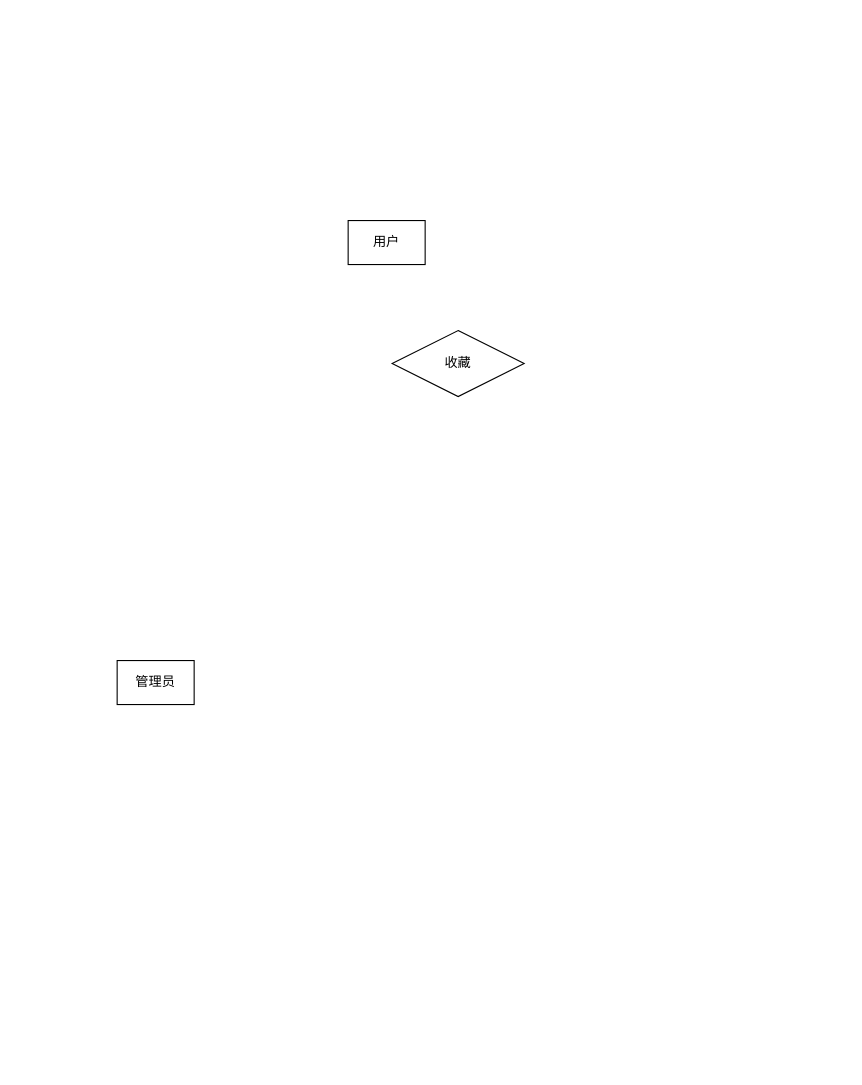
Above: 数据库ER图.drawio in 6Yolo6/GraduationDesign (draw.io), before the change. Source tidied: cells renumbered, new cells numbered last; positions are measured from the earlier drawing's top-left corner, leaving out a move shared by most shapes. Both pictures are drawn from the tidied source at 110%, with x=0, y=0 at pixel (117, 220).
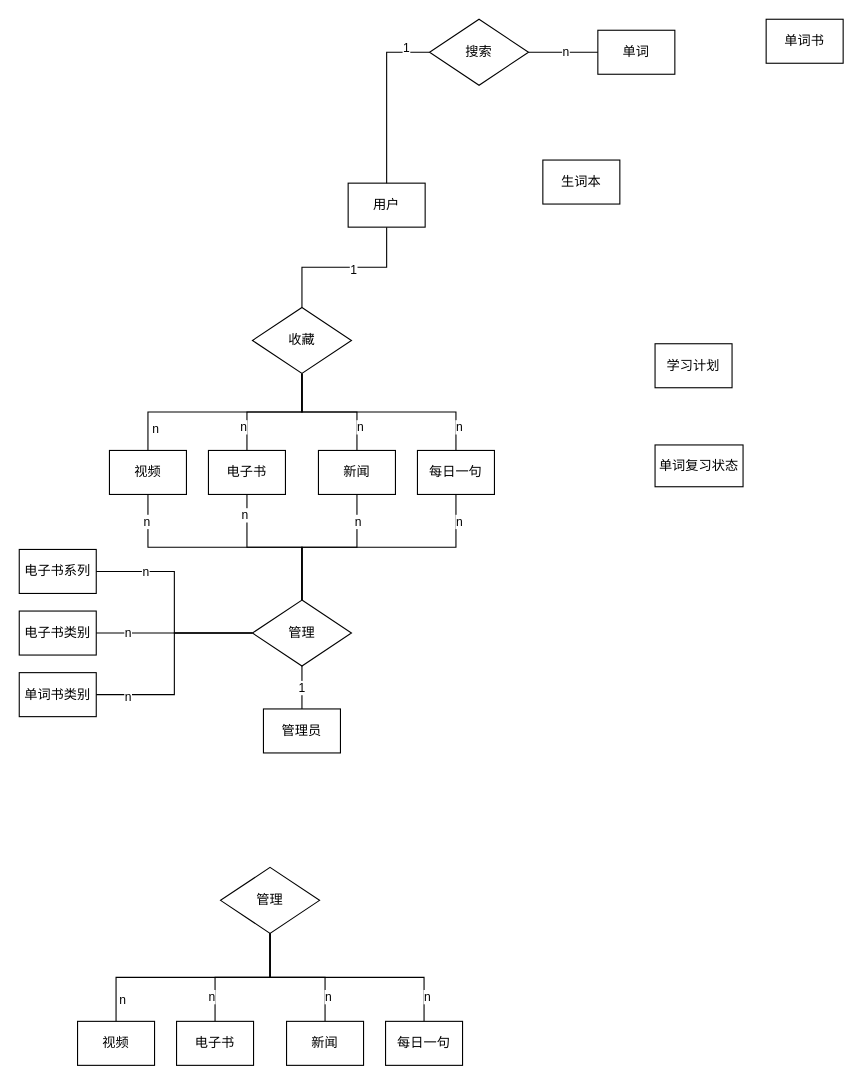
After the change.

Commit message:
更新数据库ER图.drawio

Change to the diagram source:
```diff
@@
+    <mxCell id="5" style="edgeStyle=orthogonalEdgeStyle;rounded=0;jettySize=auto;html=1;exitX=0.5;exitY=1;exitDx=0;exitDy=0;entryX=0.5;entryY=0;entryDx=0;entryDy=0;endArrow=none;endFill=0;" parent="1" edge="1" source="2" target="17">
+      <mxGeometry relative="1" as="geometry" />
+    </mxCell>
+    <mxCell id="6" value="n" style="edgeLabel;html=1;align=center;verticalAlign=middle;" parent="5" vertex="1">
+      <mxGeometry x="0.37" y="1" relative="1" as="geometry">
+        <mxPoint x="-25" y="14" as="offset" />
+      </mxGeometry>
+    </mxCell>
+    <mxCell id="7" style="edgeStyle=orthogonalEdgeStyle;rounded=0;jettySize=auto;html=1;exitX=0.5;exitY=1;exitDx=0;exitDy=0;entryX=0.5;entryY=0;entryDx=0;entryDy=0;endArrow=none;endFill=0;" parent="1" edge="1" source="2" target="18">
+      <mxGeometry relative="1" as="geometry" />
+    </mxCell>
+    <mxCell id="8" value="n" style="edgeLabel;html=1;align=center;verticalAlign=middle;" parent="7" vertex="1">
+      <mxGeometry x="0.64" y="-4" relative="1" as="geometry" />
+    </mxCell>
+    <mxCell id="9" style="edgeStyle=orthogonalEdgeStyle;rounded=0;jettySize=auto;html=1;exitX=0.5;exitY=1;exitDx=0;exitDy=0;entryX=0.5;entryY=0;entryDx=0;entryDy=0;endArrow=none;endFill=0;" parent="1" edge="1" source="2" target="19">
+      <mxGeometry relative="1" as="geometry" />
+    </mxCell>
+    <mxCell id="10" value="n" style="edgeLabel;html=1;align=center;verticalAlign=middle;" parent="9" vertex="1">
+      <mxGeometry x="0.64" y="2" relative="1" as="geometry" />
+    </mxCell>
+    <mxCell id="11" style="edgeStyle=orthogonalEdgeStyle;rounded=0;jettySize=auto;html=1;exitX=0.5;exitY=1;exitDx=0;exitDy=0;entryX=0.5;entryY=0;entryDx=0;entryDy=0;endArrow=none;endFill=0;" parent="1" edge="1" source="2" target="20">
+      <mxGeometry relative="1" as="geometry" />
+    </mxCell>
+    <mxCell id="12" value="n" style="edgeLabel;html=1;align=center;verticalAlign=middle;" parent="11" vertex="1">
+      <mxGeometry x="0.79" y="2" relative="1" as="geometry" />
+    </mxCell>
     <mxCell id="2" value="收藏" style="shape=rhombus;perimeter=rhombusPerimeter;whiteSpace=wrap;html=1;align=center;" parent="1" vertex="1">
-      <mxGeometry x="250" y="100" width="120" height="60" as="geometry" />
+      <mxGeometry x="123" y="79" width="90" height="60" as="geometry" />
     </mxCell>
+    <mxCell id="13" style="edgeStyle=orthogonalEdgeStyle;rounded=0;jettySize=auto;html=1;endArrow=none;endFill=0;" parent="1" edge="1" source="3" target="2">
+      <mxGeometry relative="1" as="geometry" />
+    </mxCell>
+    <mxCell id="14" value="1" style="edgeLabel;html=1;align=center;verticalAlign=middle;" parent="13" vertex="1">
+      <mxGeometry x="0.07" y="2" relative="1" as="geometry">
+        <mxPoint x="13" as="offset" />
+      </mxGeometry>
+    </mxCell>
     <mxCell id="3" value="用户" style="whiteSpace=wrap;html=1;align=center;" parent="1" vertex="1">
-      <mxGeometry x="210" width="70" height="40" as="geometry" />
+      <mxGeometry x="210" y="-34" width="70" height="40" as="geometry" />
     </mxCell>
+    <mxCell id="15" style="edgeStyle=orthogonalEdgeStyle;rounded=0;jettySize=auto;html=1;endArrow=none;endFill=0;" parent="1" edge="1" source="4" target="61">
+      <mxGeometry relative="1" as="geometry" />
+    </mxCell>
+    <mxCell id="16" value="1" style="edgeLabel;html=1;align=center;verticalAlign=middle;" parent="15" vertex="1">
+      <mxGeometry x="0.09" y="1" relative="1" as="geometry" />
+    </mxCell>
     <mxCell id="4" value="管理员" style="whiteSpace=wrap;html=1;align=center;" parent="1" vertex="1">
-      <mxGeometry y="400" width="70" height="40" as="geometry" />
+      <mxGeometry x="133" y="444" width="70" height="40" as="geometry" />
     </mxCell>
+    <mxCell id="17" value="视频" style="whiteSpace=wrap;html=1;align=center;" parent="1" vertex="1">
+      <mxGeometry x="-7" y="209" width="70" height="40" as="geometry" />
+    </mxCell>
+    <mxCell id="18" value="电子书" style="whiteSpace=wrap;html=1;align=center;" parent="1" vertex="1">
+      <mxGeometry x="83" y="209" width="70" height="40" as="geometry" />
+    </mxCell>
+    <mxCell id="19" value="新闻" style="whiteSpace=wrap;html=1;align=center;" parent="1" vertex="1">
+      <mxGeometry x="183" y="209" width="70" height="40" as="geometry" />
+    </mxCell>
+    <mxCell id="20" value="每日一句" style="whiteSpace=wrap;html=1;align=center;" parent="1" vertex="1">
+      <mxGeometry x="273" y="209" width="70" height="40" as="geometry" />
+    </mxCell>
+    <mxCell id="21" style="edgeStyle=orthogonalEdgeStyle;rounded=0;jettySize=auto;html=1;exitX=0.5;exitY=1;exitDx=0;exitDy=0;entryX=0.5;entryY=0;entryDx=0;entryDy=0;endArrow=none;endFill=0;" parent="1" edge="1" source="29" target="30">
+      <mxGeometry relative="1" as="geometry" />
+    </mxCell>
+    <mxCell id="22" value="n" style="edgeLabel;html=1;align=center;verticalAlign=middle;" parent="21" vertex="1">
+      <mxGeometry x="0.37" y="1" relative="1" as="geometry">
+        <mxPoint x="-24" y="19" as="offset" />
+      </mxGeometry>
+    </mxCell>
+    <mxCell id="23" style="edgeStyle=orthogonalEdgeStyle;rounded=0;jettySize=auto;html=1;exitX=0.5;exitY=1;exitDx=0;exitDy=0;entryX=0.5;entryY=0;entryDx=0;entryDy=0;endArrow=none;endFill=0;" parent="1" edge="1" source="29" target="31">
+      <mxGeometry relative="1" as="geometry" />
+    </mxCell>
+    <mxCell id="24" value="n" style="edgeLabel;html=1;align=center;verticalAlign=middle;" parent="23" vertex="1">
+      <mxGeometry x="0.64" y="-4" relative="1" as="geometry" />
+    </mxCell>
+    <mxCell id="25" style="edgeStyle=orthogonalEdgeStyle;rounded=0;jettySize=auto;html=1;exitX=0.5;exitY=1;exitDx=0;exitDy=0;entryX=0.5;entryY=0;entryDx=0;entryDy=0;endArrow=none;endFill=0;" parent="1" edge="1" source="29" target="32">
+      <mxGeometry relative="1" as="geometry" />
+    </mxCell>
+    <mxCell id="26" value="n" style="edgeLabel;html=1;align=center;verticalAlign=middle;" parent="25" vertex="1">
+      <mxGeometry x="0.64" y="2" relative="1" as="geometry" />
+    </mxCell>
+    <mxCell id="27" style="edgeStyle=orthogonalEdgeStyle;rounded=0;jettySize=auto;html=1;exitX=0.5;exitY=1;exitDx=0;exitDy=0;entryX=0.5;entryY=0;entryDx=0;entryDy=0;endArrow=none;endFill=0;" parent="1" edge="1" source="29" target="33">
+      <mxGeometry relative="1" as="geometry" />
+    </mxCell>
+    <mxCell id="28" value="n" style="edgeLabel;html=1;align=center;verticalAlign=middle;" parent="27" vertex="1">
+      <mxGeometry x="0.79" y="2" relative="1" as="geometry" />
+    </mxCell>
+    <mxCell id="29" value="管理" style="shape=rhombus;perimeter=rhombusPerimeter;whiteSpace=wrap;html=1;align=center;" parent="1" vertex="1">
+      <mxGeometry x="94" y="588" width="90" height="60" as="geometry" />
+    </mxCell>
+    <mxCell id="30" value="视频" style="whiteSpace=wrap;html=1;align=center;" parent="1" vertex="1">
+      <mxGeometry x="-36" y="728" width="70" height="40" as="geometry" />
+    </mxCell>
+    <mxCell id="31" value="电子书" style="whiteSpace=wrap;html=1;align=center;" parent="1" vertex="1">
+      <mxGeometry x="54" y="728" width="70" height="40" as="geometry" />
+    </mxCell>
+    <mxCell id="32" value="新闻" style="whiteSpace=wrap;html=1;align=center;" parent="1" vertex="1">
+      <mxGeometry x="154" y="728" width="70" height="40" as="geometry" />
+    </mxCell>
+    <mxCell id="33" value="每日一句" style="whiteSpace=wrap;html=1;align=center;" parent="1" vertex="1">
+      <mxGeometry x="244" y="728" width="70" height="40" as="geometry" />
+    </mxCell>
+    <mxCell id="34" value="单词" style="whiteSpace=wrap;html=1;align=center;" parent="1" vertex="1">
+      <mxGeometry x="437" y="-173" width="70" height="40" as="geometry" />
+    </mxCell>
+    <mxCell id="35" style="edgeStyle=orthogonalEdgeStyle;rounded=0;jettySize=auto;html=1;exitX=0;exitY=0.5;exitDx=0;exitDy=0;endArrow=none;endFill=0;" parent="1" edge="1" source="39" target="3">
+      <mxGeometry relative="1" as="geometry">
+        <Array as="points">
+          <mxPoint x="245" y="-153" />
+        </Array>
+      </mxGeometry>
+    </mxCell>
+    <mxCell id="36" value="1" style="edgeLabel;html=1;align=center;verticalAlign=middle;" parent="35" vertex="1">
+      <mxGeometry x="0.41" y="-1" relative="1" as="geometry">
+        <mxPoint x="18" y="-77" as="offset" />
+      </mxGeometry>
+    </mxCell>
+    <mxCell id="37" style="edgeStyle=orthogonalEdgeStyle;rounded=0;jettySize=auto;html=1;exitX=1;exitY=0.5;exitDx=0;exitDy=0;entryX=0;entryY=0.5;entryDx=0;entryDy=0;endArrow=none;endFill=0;" parent="1" edge="1" source="39" target="34">
+      <mxGeometry relative="1" as="geometry" />
+    </mxCell>
+    <mxCell id="38" value="n" style="edgeLabel;html=1;align=center;verticalAlign=middle;" parent="37" vertex="1">
+      <mxGeometry x="0.05" y="1" relative="1" as="geometry" />
+    </mxCell>
+    <mxCell id="39" value="搜索" style="shape=rhombus;perimeter=rhombusPerimeter;whiteSpace=wrap;html=1;align=center;" parent="1" vertex="1">
+      <mxGeometry x="284" y="-183" width="90" height="60" as="geometry" />
+    </mxCell>
+    <mxCell id="40" value="电子书类别" style="whiteSpace=wrap;html=1;align=center;" parent="1" vertex="1">
+      <mxGeometry x="-89" y="355" width="70" height="40" as="geometry" />
+    </mxCell>
+    <mxCell id="41" value="单词书类别" style="whiteSpace=wrap;html=1;align=center;" parent="1" vertex="1">
+      <mxGeometry x="-89" y="411" width="70" height="40" as="geometry" />
+    </mxCell>
+    <mxCell id="42" value="单词书" style="whiteSpace=wrap;html=1;align=center;" parent="1" vertex="1">
+      <mxGeometry x="590" y="-183" width="70" height="40" as="geometry" />
+    </mxCell>
+    <mxCell id="43" value="学习计划" style="whiteSpace=wrap;html=1;align=center;" parent="1" vertex="1">
+      <mxGeometry x="489" y="112" width="70" height="40" as="geometry" />
+    </mxCell>
+    <mxCell id="44" value="单词复习状态" style="whiteSpace=wrap;html=1;align=center;" parent="1" vertex="1">
+      <mxGeometry x="489" y="204" width="80" height="38" as="geometry" />
+    </mxCell>
+    <mxCell id="45" value="生词本" style="whiteSpace=wrap;html=1;align=center;" parent="1" vertex="1">
+      <mxGeometry x="387" y="-55" width="70" height="40" as="geometry" />
+    </mxCell>
+    <mxCell id="46" value="电子书系列" style="whiteSpace=wrap;html=1;align=center;" parent="1" vertex="1">
+      <mxGeometry x="-89" y="299" width="70" height="40" as="geometry" />
+    </mxCell>
+    <mxCell id="47" style="edgeStyle=orthogonalEdgeStyle;rounded=0;jettySize=auto;html=1;entryX=0.5;entryY=1;entryDx=0;entryDy=0;exitX=0.5;exitY=0;exitDx=0;exitDy=0;endArrow=none;endFill=0;" parent="1" edge="1" source="61" target="17">
+      <mxGeometry relative="1" as="geometry" />
+    </mxCell>
+    <mxCell id="48" value="n" style="edgeLabel;html=1;align=center;verticalAlign=middle;" parent="47" vertex="1">
+      <mxGeometry x="0.8" y="2" relative="1" as="geometry" />
+    </mxCell>
+    <mxCell id="49" style="edgeStyle=orthogonalEdgeStyle;rounded=0;jettySize=auto;html=1;entryX=0.5;entryY=1;entryDx=0;entryDy=0;endArrow=none;endFill=0;" parent="1" edge="1" source="61" target="18">
+      <mxGeometry relative="1" as="geometry" />
+    </mxCell>
+    <mxCell id="50" value="n" style="edgeLabel;html=1;align=center;verticalAlign=middle;" parent="49" vertex="1">
+      <mxGeometry x="0.75" y="3" relative="1" as="geometry" />
+    </mxCell>
+    <mxCell id="51" style="edgeStyle=orthogonalEdgeStyle;rounded=0;jettySize=auto;html=1;entryX=0.5;entryY=1;entryDx=0;entryDy=0;endArrow=none;endFill=0;" parent="1" edge="1" source="61" target="19">
+      <mxGeometry relative="1" as="geometry" />
+    </mxCell>
+    <mxCell id="52" value="n" style="edgeLabel;html=1;align=center;verticalAlign=middle;" parent="51" vertex="1">
+      <mxGeometry x="0.67" relative="1" as="geometry" />
+    </mxCell>
+    <mxCell id="53" style="edgeStyle=orthogonalEdgeStyle;rounded=0;jettySize=auto;html=1;entryX=0.5;entryY=1;entryDx=0;entryDy=0;exitX=0.5;exitY=0;exitDx=0;exitDy=0;endArrow=none;endFill=0;" parent="1" edge="1" source="61" target="20">
+      <mxGeometry relative="1" as="geometry" />
+    </mxCell>
+    <mxCell id="54" value="n" style="edgeLabel;html=1;align=center;verticalAlign=middle;" parent="53" vertex="1">
+      <mxGeometry x="0.8" y="-2" relative="1" as="geometry" />
+    </mxCell>
+    <mxCell id="55" style="edgeStyle=orthogonalEdgeStyle;rounded=0;jettySize=auto;html=1;exitX=0;exitY=0.5;exitDx=0;exitDy=0;entryX=1;entryY=0.5;entryDx=0;entryDy=0;endArrow=none;endFill=0;" parent="1" edge="1" source="61" target="46">
+      <mxGeometry relative="1" as="geometry" />
+    </mxCell>
+    <mxCell id="56" value="n" style="edgeLabel;html=1;align=center;verticalAlign=middle;" parent="55" vertex="1">
+      <mxGeometry x="0.56" relative="1" as="geometry" />
+    </mxCell>
+    <mxCell id="57" style="edgeStyle=orthogonalEdgeStyle;rounded=0;jettySize=auto;html=1;entryX=1;entryY=0.5;entryDx=0;entryDy=0;endArrow=none;endFill=0;" parent="1" edge="1" source="61" target="40">
+      <mxGeometry relative="1" as="geometry" />
+    </mxCell>
+    <mxCell id="58" value="n" style="edgeLabel;html=1;align=center;verticalAlign=middle;" parent="57" vertex="1">
+      <mxGeometry x="0.6" y="-1" relative="1" as="geometry" />
+    </mxCell>
+    <mxCell id="59" style="edgeStyle=orthogonalEdgeStyle;rounded=0;jettySize=auto;html=1;entryX=1;entryY=0.5;entryDx=0;entryDy=0;endArrow=none;endFill=0;" parent="1" edge="1" source="61" target="41">
+      <mxGeometry relative="1" as="geometry" />
+    </mxCell>
+    <mxCell id="60" value="n" style="edgeLabel;html=1;align=center;verticalAlign=middle;" parent="59" vertex="1">
+      <mxGeometry x="0.72" y="1" relative="1" as="geometry" />
+    </mxCell>
+    <mxCell id="61" value="管理" style="shape=rhombus;perimeter=rhombusPerimeter;whiteSpace=wrap;html=1;align=center;" parent="1" vertex="1">
+      <mxGeometry x="123" y="345" width="90" height="60" as="geometry" />
+    </mxCell>
```
